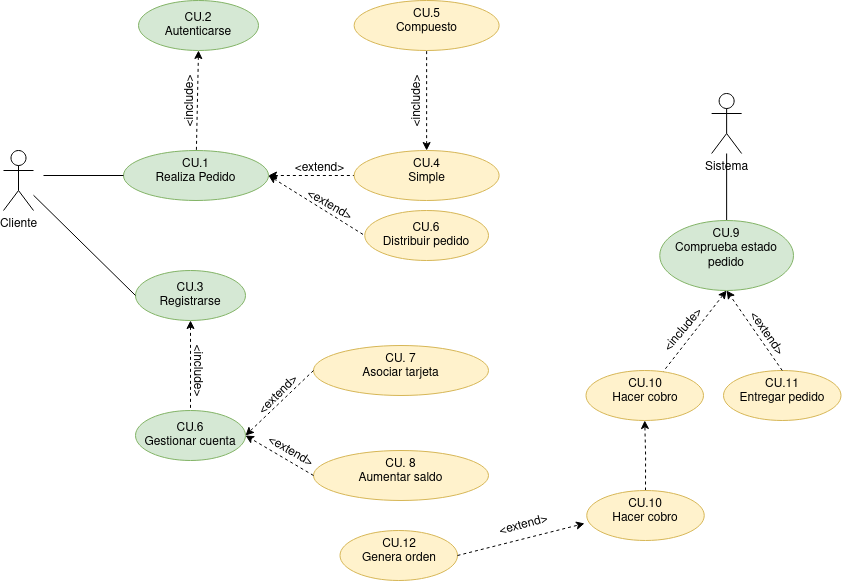
This is Tareas/casosUso/Tarea5-Tienda Virtual/TiendaVirtual.drawio.png from colidom/ets, a draw.io export, as it was before one commit. Source tidied: cells renumbered, new cells last; positions are measured from the earlier drawing's top-left corner, leaving out a move shared by most shapes.
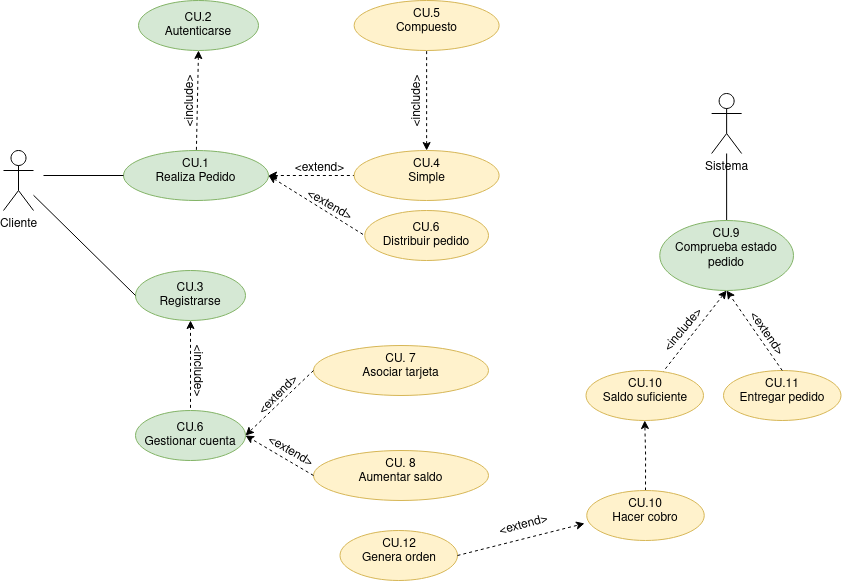
After the commit.

The edit, as a diff of the source:
```diff
@@ -87,7 +87,7 @@
     <mxCell id="28" value="CU.9&lt;br&gt;Comprueba estado pedido" style="ellipse;whiteSpace=wrap;html=1;verticalAlign=top;fillColor=#d5e8d4;strokeColor=#82b366;" parent="1" vertex="1">
       <mxGeometry x="656.2" y="220" width="133.8" height="70" as="geometry" />
     </mxCell>
-    <mxCell id="29" value="CU.10&lt;br&gt;Hacer cobro" style="ellipse;whiteSpace=wrap;html=1;verticalAlign=top;fillColor=#fff2cc;strokeColor=#d6b656;" parent="1" vertex="1">
+    <mxCell id="29" value="CU.10&lt;br&gt;Saldo suficiente" style="ellipse;whiteSpace=wrap;html=1;verticalAlign=top;fillColor=#fff2cc;strokeColor=#d6b656;" parent="1" vertex="1">
       <mxGeometry x="582.5" y="370" width="117.5" height="50" as="geometry" />
     </mxCell>
     <mxCell id="30" value="CU.11&lt;br&gt;Entregar pedido" style="ellipse;whiteSpace=wrap;html=1;verticalAlign=top;fillColor=#fff2cc;strokeColor=#d6b656;" parent="1" vertex="1">
```
